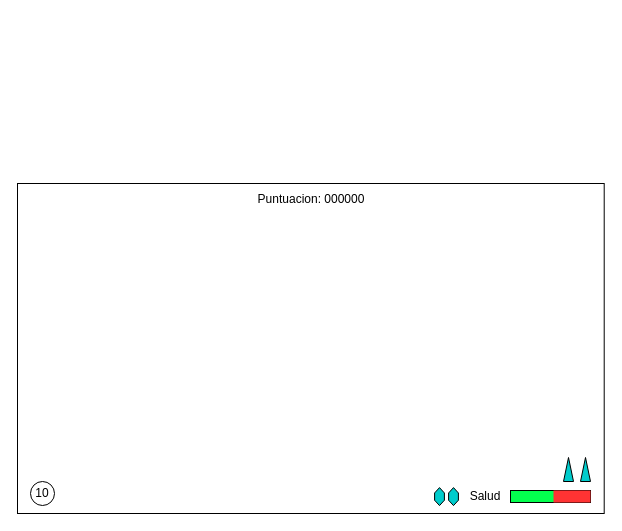
Earlier version of the draw.io diagram documentos/mockups.drawio (josebailon/space_attack). Source tidied: cells renumbered, new cells numbered last; positions are measured from the earlier drawing's top-left corner, leaving out a move shared by most shapes. Both pictures are drawn from the tidied source at 100%, with x=0, y=0 at pixel (17, 183).
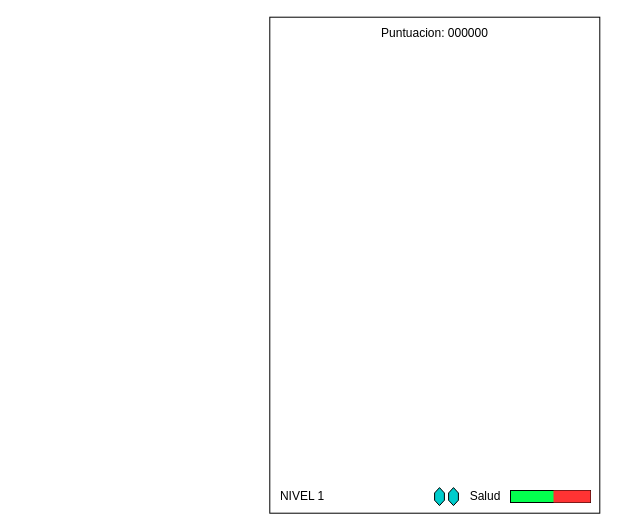
The same page after the edit.

Change to the diagram source:
```diff
@@
 <mxGraphModel>
   <root>
     <mxCell id="0" />
     <mxCell id="1" parent="0" />
-    <mxCell id="2" style="rounded=0;whiteSpace=wrap;html=1;imageWidth=24;imageHeight=24;rotation=0;" parent="1" vertex="1">
-      <mxGeometry width="586.7" height="330" as="geometry" />
+    <mxCell id="2" style="rounded=0;whiteSpace=wrap;html=1;imageWidth=24;imageHeight=24;rotation=90;" parent="1" vertex="1">
+      <mxGeometry x="169.3" y="-83.3" width="496" height="330" as="geometry" />
     </mxCell>
     <mxCell id="3" value="Salud" style="text;html=1;strokeColor=none;fillColor=none;align=center;verticalAlign=middle;whiteSpace=wrap;rounded=0;" parent="1" vertex="1">
       <mxGeometry x="453" y="308" width="30" height="10" as="geometry" />
     </mxCell>
     <mxCell id="4" style="rounded=0;whiteSpace=wrap;html=1;fillColor=#03FF4E;" parent="1" vertex="1">
       <mxGeometry x="493" y="307" width="80" height="12" as="geometry" />
     </mxCell>
     <mxCell id="5" style="rounded=0;whiteSpace=wrap;html=1;fillColor=#FF3333;strokeColor=none;" parent="1" vertex="1">
       <mxGeometry x="536" y="307" width="37" height="12" as="geometry" />
     </mxCell>
     <mxCell id="6" value="Puntuacion: 000000" style="text;html=1;strokeColor=none;fillColor=none;align=center;verticalAlign=middle;whiteSpace=wrap;rounded=0;" parent="1" vertex="1">
-      <mxGeometry x="1" y="4" width="586" height="24" as="geometry" />
+      <mxGeometry x="252.8" y="-162" width="329" height="24" as="geometry" />
     </mxCell>
-    <mxCell id="7" value="10" style="ellipse;whiteSpace=wrap;html=1;fillColor=#FFFFFF;fillStyle=solid;" parent="1" vertex="1">
-      <mxGeometry x="13" y="298" width="24" height="24" as="geometry" />
-    </mxCell>
     <mxCell id="8" style="shape=hexagon;perimeter=trapezoidPerimeter;whiteSpace=wrap;html=1;fixedSize=1;fillStyle=solid;fillColor=#00CCCC;rotation=-90;arcSize=5;size=5.373576628856142;" parent="1" vertex="1">
       <mxGeometry x="427" y="308.2" width="18" height="9.8" as="geometry" />
     </mxCell>
     <mxCell id="9" style="shape=hexagon;perimeter=trapezoidPerimeter;whiteSpace=wrap;html=1;fixedSize=1;fillStyle=solid;fillColor=#00CCCC;rotation=-90;arcSize=5;size=5.373576628856142;" parent="1" vertex="1">
       <mxGeometry x="413" y="308.2" width="18" height="9.8" as="geometry" />
     </mxCell>
-    <mxCell id="10" style="triangle;whiteSpace=wrap;html=1;fillStyle=solid;fillColor=#00CCCC;rotation=-90;" parent="1" vertex="1">
-      <mxGeometry x="556" y="281" width="24" height="10" as="geometry" />
-    </mxCell>
-    <mxCell id="11" style="triangle;whiteSpace=wrap;html=1;fillStyle=solid;fillColor=#00CCCC;rotation=-90;" parent="1" vertex="1">
-      <mxGeometry x="539" y="281" width="24" height="10" as="geometry" />
-    </mxCell>
+    <mxCell id="12" value="NIVEL 1" style="text;html=1;strokeColor=none;fillColor=none;align=center;verticalAlign=middle;whiteSpace=wrap;rounded=0;" parent="1" vertex="1">
+      <mxGeometry x="258" y="301" width="54" height="24" as="geometry" />
+    </mxCell>
   </root>
 </mxGraphModel>
```
